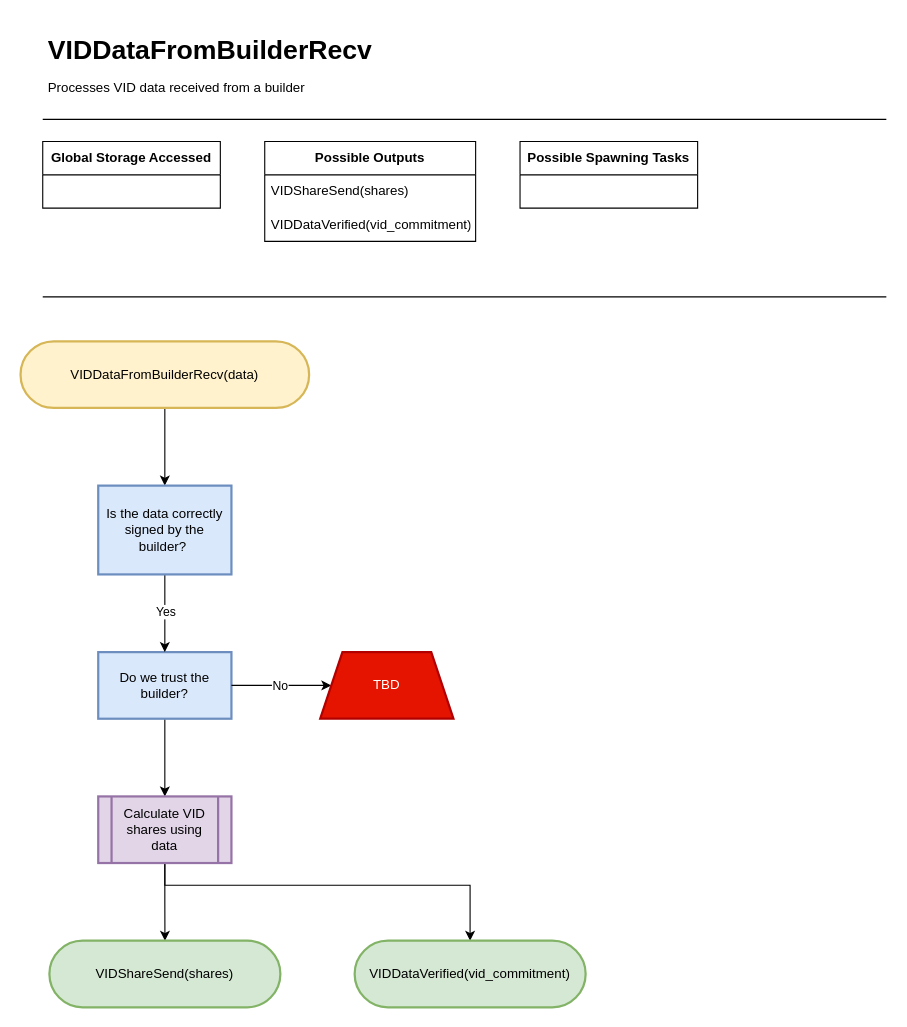
The draw.io diagram page "VIDDataFromBuilderRecv" (9 of 17) of docs/diagrams/HotShotFlow.drawio in EspressoSystems/HotShot, before the edit. Source tidied: cells renumbered, new cells numbered last; positions are measured from the earlier drawing's top-left corner, leaving out a move shared by most shapes. Both pictures are drawn from the tidied source at 111%, with x=0, y=0 at pixel (20, 30).
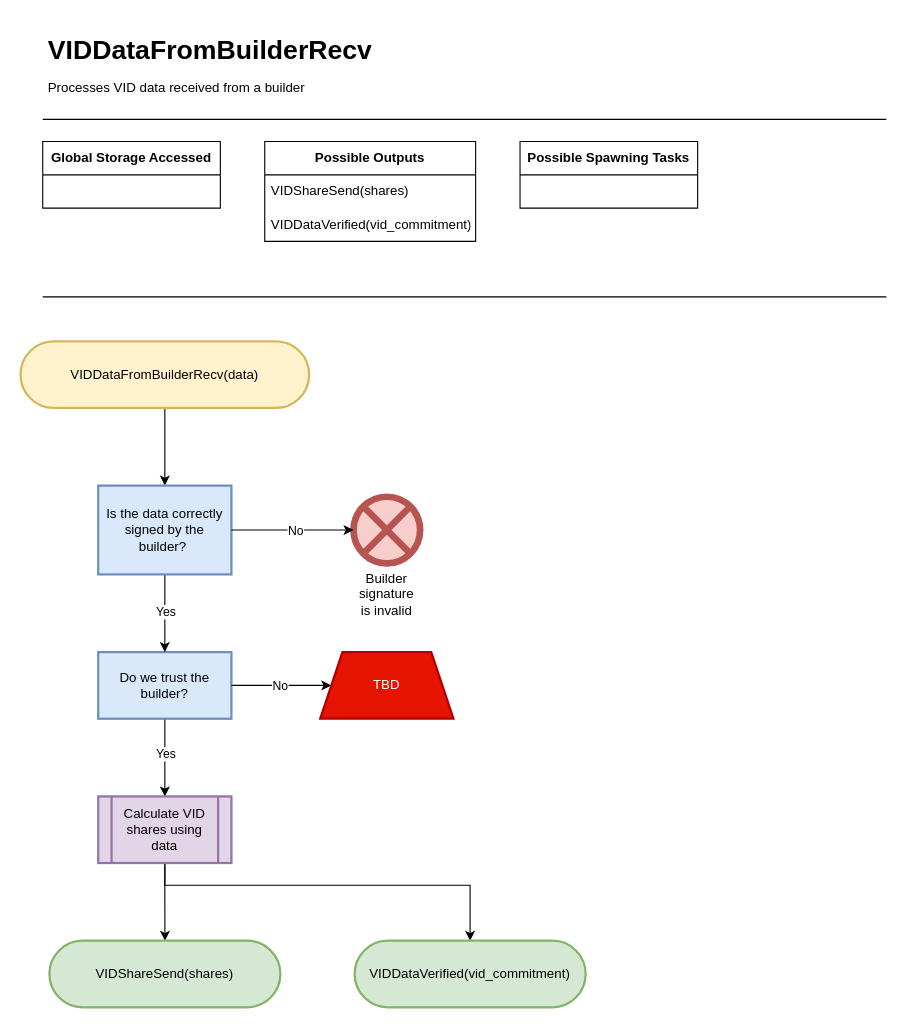
The same diagram, later.

The change refers to these unchanged cells:
```xml
<mxCell id="12" style="edgeStyle=orthogonalEdgeStyle;rounded=0;jettySize=auto;html=1;entryX=0.5;entryY=0;entryDx=0;entryDy=0;" parent="1" edge="1" source="13" target="22">
  <mxGeometry relative="1" as="geometry" />
</mxCell>
<mxCell id="18" value="Is the data correctly signed by the builder?&amp;nbsp;" style="whiteSpace=wrap;html=1;rounded=0;fillColor=#dae8fc;strokeColor=#6c8ebf;strokeWidth=2;" parent="1" vertex="1">
  <mxGeometry x="70" y="410" width="120" height="80" as="geometry" />
</mxCell>
```

What changed in the source:
```diff
@@
+    <mxCell id="25" value="Yes" style="edgeLabel;html=1;align=center;verticalAlign=middle;" parent="12" vertex="1">
+      <mxGeometry x="-0.11" relative="1" as="geometry" />
+    </mxCell>
@@
+    <mxCell id="26" value="Builder signature is invalid" style="whiteSpace=wrap;html=1;fillColor=#f8cecc;strokeColor=#b85450;rounded=1;arcSize=50;verticalLabelPosition=bottom;verticalAlign=top;shape=mxgraph.flowchart.or;strokeWidth=6;" parent="1" vertex="1">
+      <mxGeometry x="300" y="420" width="60" height="60" as="geometry" />
+    </mxCell>
+    <mxCell id="27" style="edgeStyle=orthogonalEdgeStyle;rounded=0;jettySize=auto;html=1;entryX=0;entryY=0.5;entryDx=0;entryDy=0;entryPerimeter=0;" parent="1" edge="1" source="18" target="26">
+      <mxGeometry relative="1" as="geometry" />
+    </mxCell>
+    <mxCell id="28" value="No" style="edgeLabel;html=1;align=center;verticalAlign=middle;" parent="27" vertex="1">
+      <mxGeometry x="0.04" relative="1" as="geometry" />
+    </mxCell>
```
